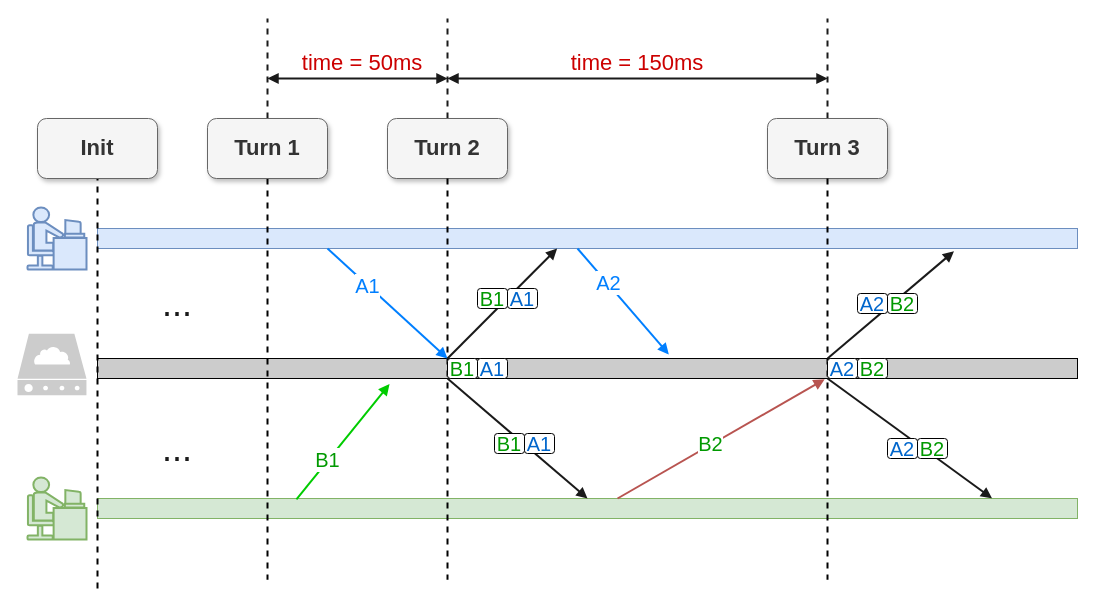
Above: page "Deterministic LockStep 2.0" (2 of 24) of booming/Booming ypwangv3.0 104ppt-17.drawio in yrdimple/flowChart (draw.io), before the change. Source tidied: cells renumbered, new cells numbered last; positions are measured from the earlier drawing's top-left corner, leaving out a move shared by most shapes. Both pictures are drawn from the tidied source at 100%, with x=0, y=0 at pixel (17, 18).
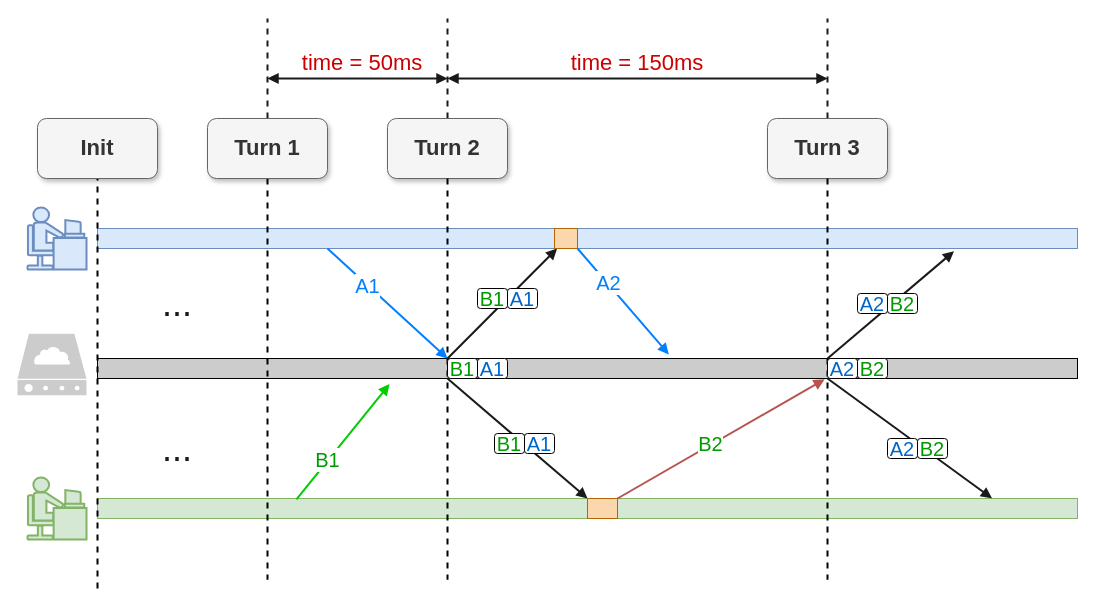
After the change.

What changed in the source:
```diff
@@
+    <mxCell id="49" style="rounded=0;whiteSpace=wrap;html=1;fontSize=20;strokeWidth=1;fillColor=#fad7ac;strokeColor=#b46504;" parent="1" vertex="1">
+      <mxGeometry x="537" y="210" width="23" height="20" as="geometry" />
+    </mxCell>
+    <mxCell id="50" style="rounded=0;whiteSpace=wrap;html=1;fontSize=20;strokeWidth=1;fillColor=#fad7ac;strokeColor=#b46504;" parent="1" vertex="1">
+      <mxGeometry x="570" y="480" width="30" height="20" as="geometry" />
+    </mxCell>
```
